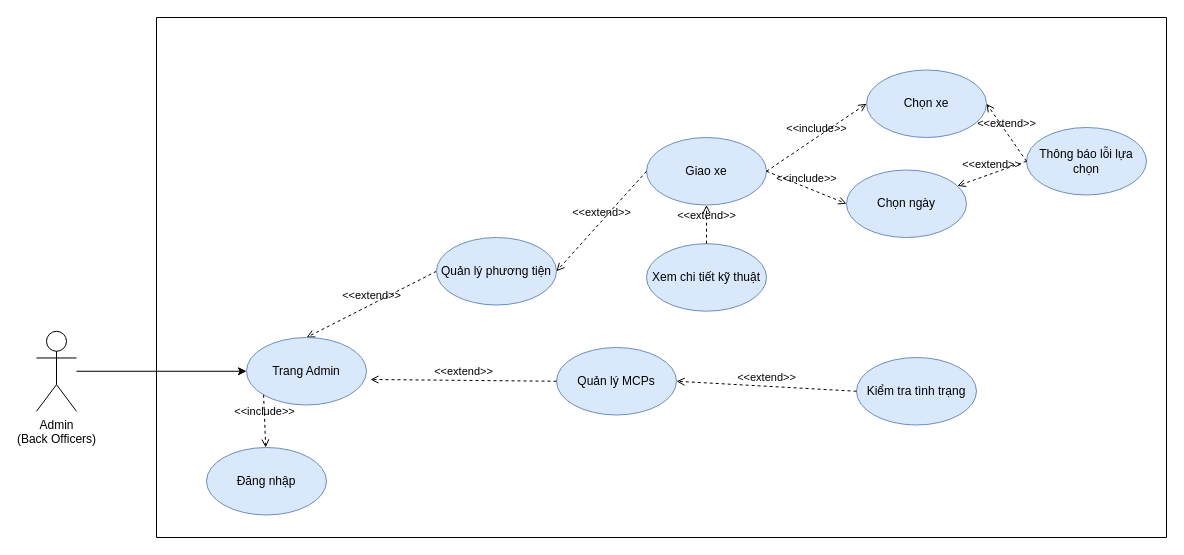
Above: Task 1/1.3/Manage-Vehicles-and-MCPs.drawio in astr0tas/SE-with-Da-Bois---UWC-2.0 (draw.io), before the change. Source tidied: cells renumbered, new cells numbered last; positions are measured from the earlier drawing's top-left corner, leaving out a move shared by most shapes. Both pictures are drawn from the tidied source at 100%, with x=0, y=0 at pixel (36, 17).
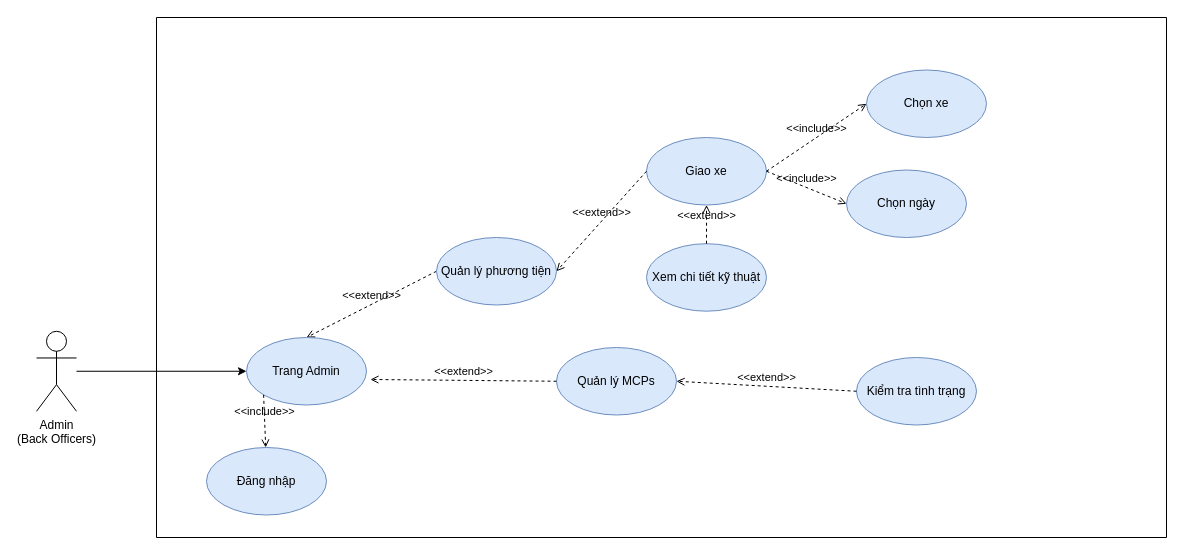
Above is the later version.

The change refers to these unchanged cells:
```xml
<mxCell id="4" style="swimlane;startSize=0;" parent="1" vertex="1">
  <mxGeometry x="120" width="1010" height="520" as="geometry" />
</mxCell>
<mxCell id="8" value="Chọn xe" style="ellipse;whiteSpace=wrap;html=1;fillColor=#dae8fc;strokeColor=#6c8ebf;" parent="4" vertex="1">
  <mxGeometry x="710" y="52.5" width="120" height="67.5" as="geometry" />
</mxCell>
<mxCell id="10" value="Chọn ngày" style="ellipse;whiteSpace=wrap;html=1;fillColor=#dae8fc;strokeColor=#6c8ebf;" parent="4" vertex="1">
  <mxGeometry x="690" y="152.5" width="120" height="67.5" as="geometry" />
</mxCell>
```

The edit, as a diff of the source:
```diff
@@
-    <mxCell id="22" value="Thông báo lỗi lựa chọn" style="ellipse;whiteSpace=wrap;html=1;fillColor=#dae8fc;strokeColor=#6c8ebf;" parent="4" vertex="1">
-      <mxGeometry x="870" y="110" width="120" height="67.5" as="geometry" />
-    </mxCell>
-    <mxCell id="23" value="&amp;lt;&amp;lt;extend&amp;gt;&amp;gt;" style="html=1;verticalAlign=bottom;labelBackgroundColor=none;endArrow=open;endFill=0;dashed=1;exitX=0;exitY=0.5;exitDx=0;exitDy=0;entryX=1;entryY=0.5;entryDx=0;entryDy=0;" parent="4" edge="1" source="22" target="8">
-      <mxGeometry relative="1" as="geometry" />
-    </mxCell>
-    <mxCell id="24" value="&amp;lt;&amp;lt;extend&amp;gt;&amp;gt;" style="html=1;verticalAlign=bottom;labelBackgroundColor=none;endArrow=open;endFill=0;dashed=1;exitX=0;exitY=0.5;exitDx=0;exitDy=0;" parent="4" edge="1" source="22" target="10">
-      <mxGeometry relative="1" as="geometry" />
-    </mxCell>
```
